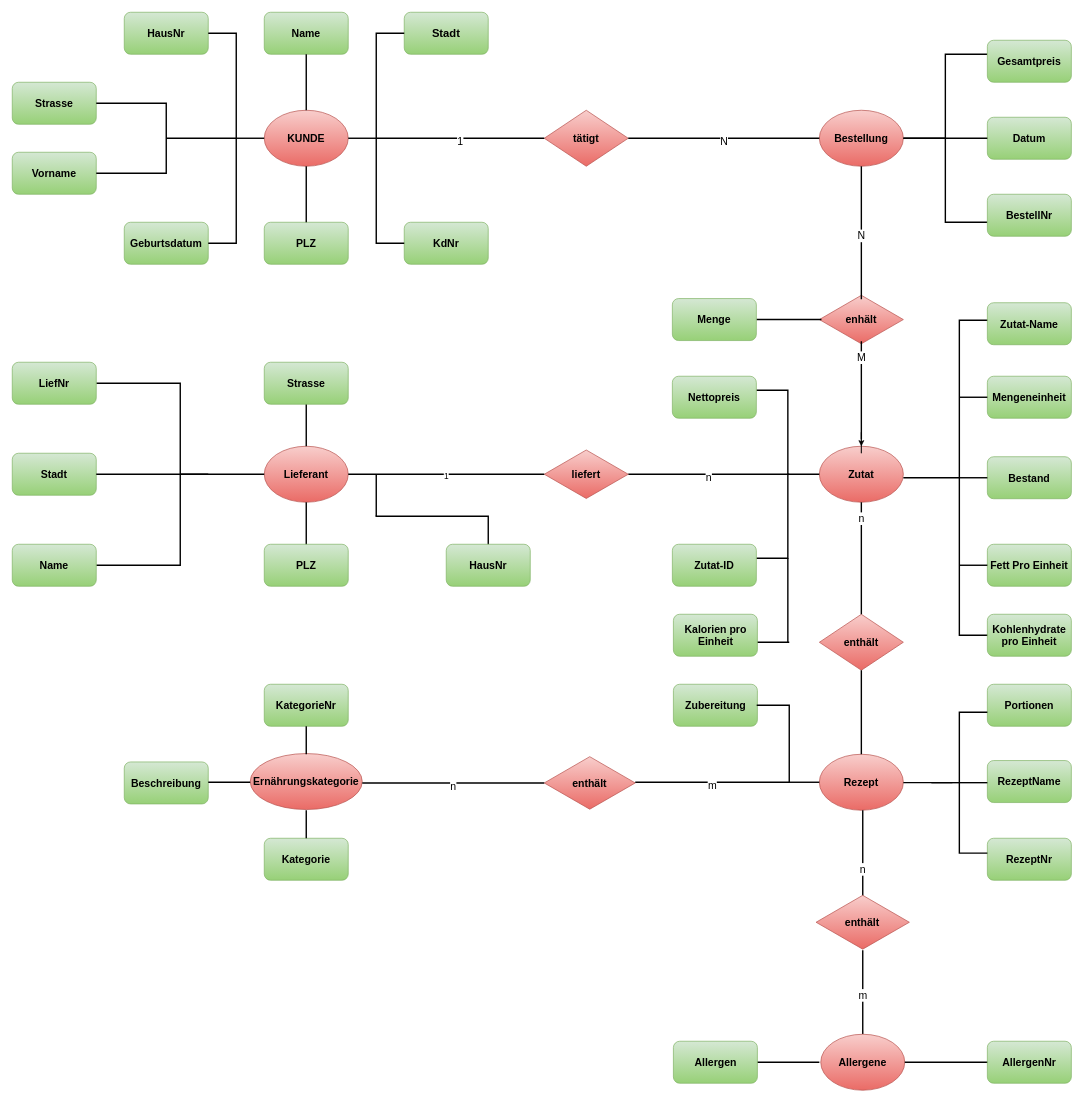
Above: Kraut und Rüben Neu.drawio in ENSOxONE/KrautundruebenSQL (draw.io), before the change. Source tidied: cells renumbered, new cells numbered last; positions are measured from the earlier drawing's top-left corner, leaving out a move shared by most shapes. Both pictures are drawn from the tidied source at 70%, with x=0, y=0 at pixel (12, 12).
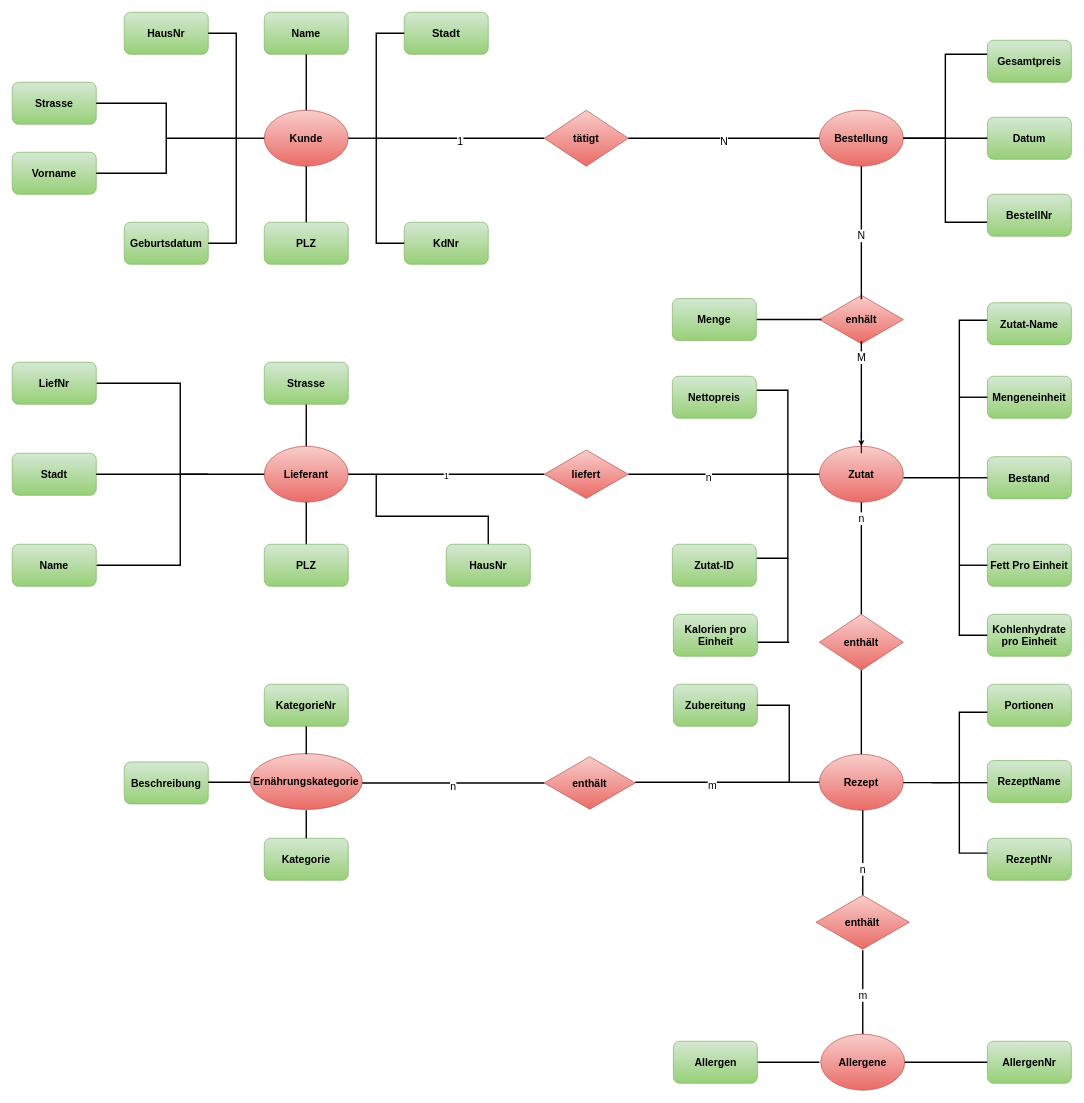
Above is the later version.

What changed in the source:
```diff
@@
-    <mxCell id="2" value="&lt;b&gt;&lt;font style=&quot;font-size: 15px;&quot;&gt;KUNDE&lt;/font&gt;&lt;/b&gt;" style="ellipse;whiteSpace=wrap;html=1;fillColor=#f8cecc;strokeColor=#b85450;gradientColor=#ea6b66;" parent="1" vertex="1">
+    <mxCell id="2" value="&lt;b&gt;&lt;font style=&quot;font-size: 15px;&quot;&gt;Kunde&lt;/font&gt;&lt;/b&gt;" style="ellipse;whiteSpace=wrap;html=1;fillColor=#f8cecc;strokeColor=#b85450;gradientColor=#ea6b66;" parent="1" vertex="1">
       <mxGeometry x="360" y="140" width="120" height="80" as="geometry" />
     </mxCell>
```
